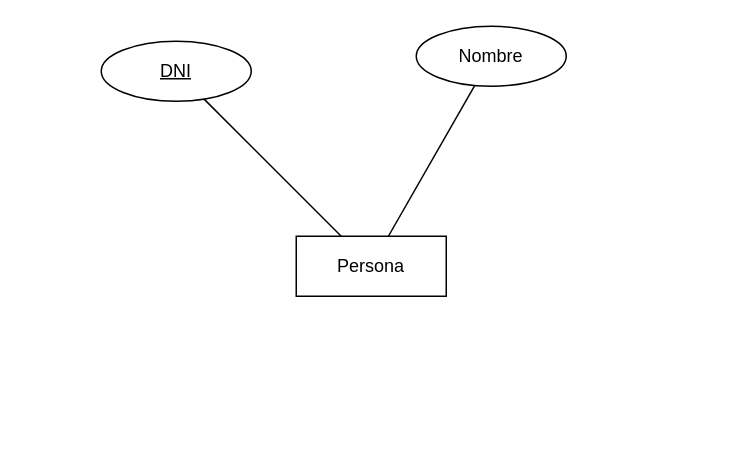
poliestireno/ASIR1_2627 keeps this draw.io diagram as GBD/entidad_relacion_01.drawio. Above is the earlier version. Source tidied: cells renumbered, new cells numbered last; positions are measured from the earlier drawing's top-left corner, leaving out a move shared by most shapes. Both pictures are drawn from the tidied source at 150%, with x=0, y=0 at pixel (100, 26).
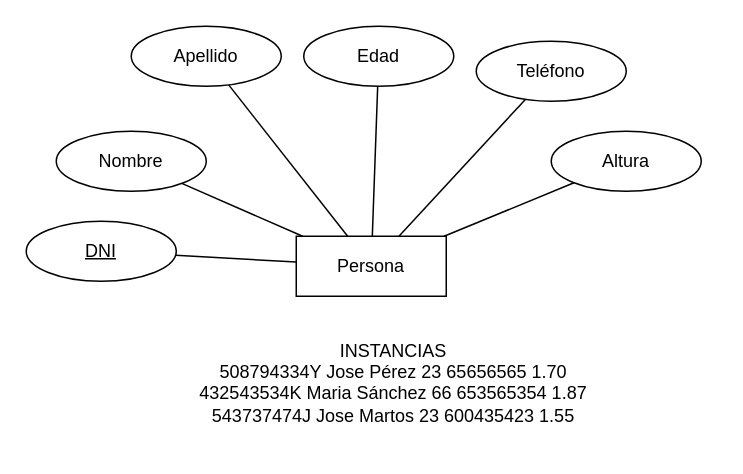
The same diagram, later.

The edit, as a diff of the source:
```diff
@@
 <mxGraphModel>
   <root>
     <mxCell id="0" />
     <mxCell id="1" parent="0" />
     <mxCell id="2" value="Persona" style="whiteSpace=wrap;html=1;align=center;" parent="1" vertex="1">
       <mxGeometry x="130" y="140" width="100" height="40" as="geometry" />
     </mxCell>
     <mxCell id="3" value="Nombre" style="ellipse;whiteSpace=wrap;html=1;align=center;" parent="1" vertex="1">
-      <mxGeometry x="210" width="100" height="40" as="geometry" />
+      <mxGeometry x="-30" y="70" width="100" height="40" as="geometry" />
     </mxCell>
     <mxCell id="4" style="endArrow=none;html=1;rounded=0;" parent="1" edge="1" source="3" target="2">
       <mxGeometry relative="1" as="geometry" />
     </mxCell>
     <mxCell id="5" value="DNI" style="ellipse;whiteSpace=wrap;html=1;align=center;fontStyle=4;" parent="1" vertex="1">
-      <mxGeometry y="10" width="100" height="40" as="geometry" />
+      <mxGeometry x="-50" y="130" width="100" height="40" as="geometry" />
     </mxCell>
     <mxCell id="6" style="endArrow=none;html=1;rounded=0;" parent="1" edge="1" source="5" target="2">
       <mxGeometry relative="1" as="geometry" />
     </mxCell>
+    <mxCell id="7" value="Edad" style="ellipse;whiteSpace=wrap;html=1;align=center;" parent="1" vertex="1">
+      <mxGeometry x="135" width="100" height="40" as="geometry" />
+    </mxCell>
+    <mxCell id="8" style="endArrow=none;html=1;rounded=0;" parent="1" edge="1" source="2" target="7">
+      <mxGeometry relative="1" as="geometry" />
+    </mxCell>
+    <mxCell id="9" value="Teléfono" style="ellipse;whiteSpace=wrap;html=1;align=center;" parent="1" vertex="1">
+      <mxGeometry x="250" y="10" width="100" height="40" as="geometry" />
+    </mxCell>
+    <mxCell id="10" style="endArrow=none;html=1;rounded=0;" parent="1" edge="1" source="9" target="2">
+      <mxGeometry relative="1" as="geometry" />
+    </mxCell>
+    <mxCell id="11" value="Apellido" style="ellipse;whiteSpace=wrap;html=1;align=center;" parent="1" vertex="1">
+      <mxGeometry x="20" width="100" height="40" as="geometry" />
+    </mxCell>
+    <mxCell id="12" style="endArrow=none;html=1;rounded=0;" parent="1" edge="1" source="11" target="2">
+      <mxGeometry relative="1" as="geometry" />
+    </mxCell>
+    <mxCell id="13" value="Altura" style="ellipse;whiteSpace=wrap;html=1;align=center;" parent="1" vertex="1">
+      <mxGeometry x="300" y="70" width="100" height="40" as="geometry" />
+    </mxCell>
+    <mxCell id="14" style="endArrow=none;html=1;rounded=0;" parent="1" edge="1" source="2" target="13">
+      <mxGeometry relative="1" as="geometry" />
+    </mxCell>
+    <mxCell id="15" value="INSTANCIAS&lt;div&gt;508794334Y Jose Pérez 23 65656565 1.70&lt;div&gt;432543534K Maria Sánchez 66 653565354 1.87&lt;/div&gt;&lt;div&gt;543737474J Jose Martos 23 600435423 1.55&lt;/div&gt;&lt;div&gt;&lt;br&gt;&lt;/div&gt;&lt;/div&gt;" style="text;html=1;whiteSpace=wrap;strokeColor=none;fillColor=none;align=center;verticalAlign=middle;rounded=0;" parent="1" vertex="1">
+      <mxGeometry x="-20" y="210" width="430" height="70" as="geometry" />
+    </mxCell>
   </root>
 </mxGraphModel>
```
